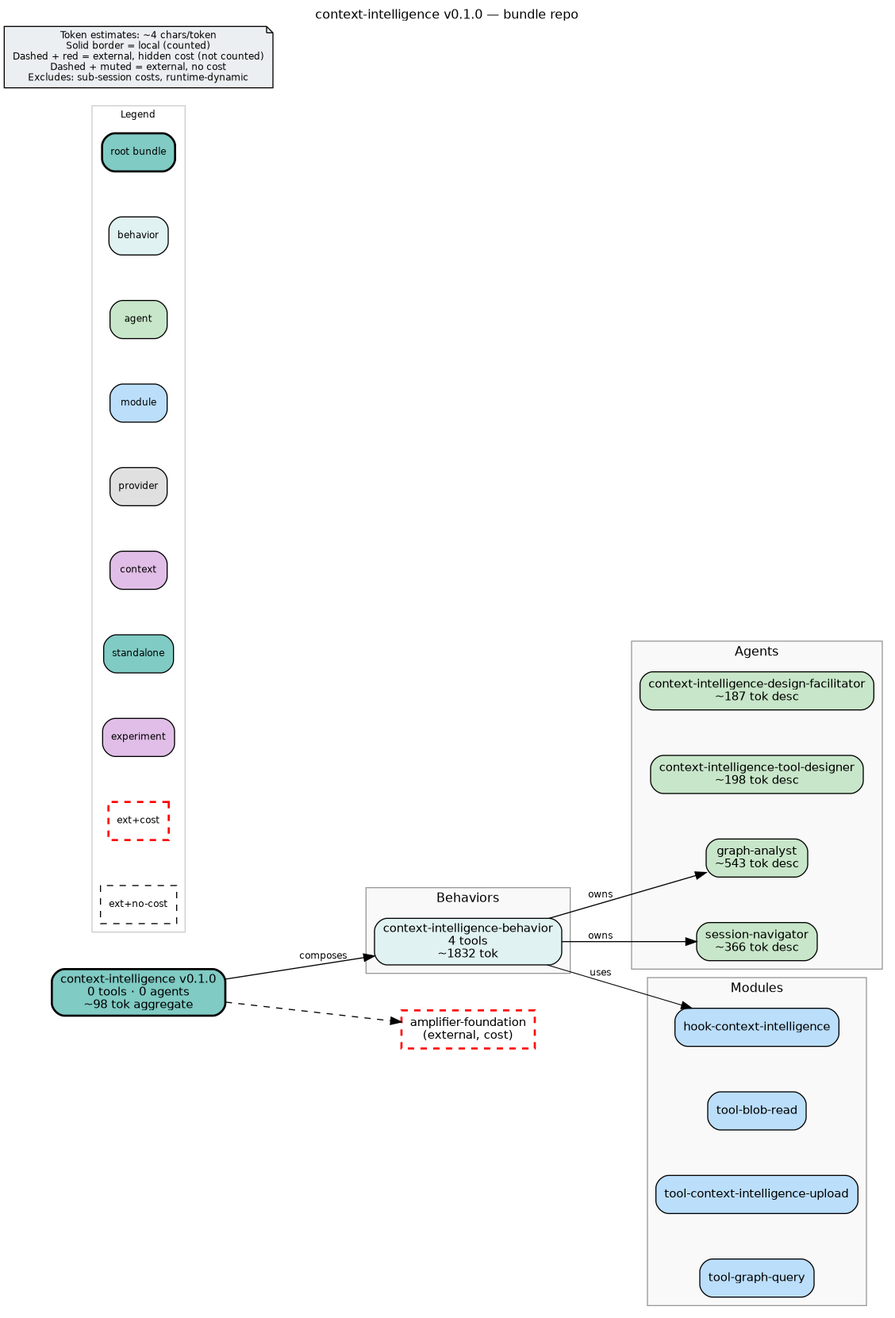
This is bundle.png from microsoft/amplifier-bundle-context-intelligence, a Graphviz export, as it was before one commit. Its source is kept beside it as bundle.dot. Source of this version:
```dot
digraph context_intelligence {
    rankdir=LR
    fontname="Helvetica"
    fontsize=12
    label="context-intelligence v0.1.0 — bundle repo"
    labelloc=t
    labeljust=c
    nodesep=0.6
    ranksep=0.7
    bgcolor="white"
    source_hash="dba7ae999a5fd095337bcd9ede4c54b866044c0b31d63d20c4b0ef4483abaf6c"

    node [fontname="Helvetica", fontsize=11, style="filled,rounded"]
    edge [fontname="Helvetica", fontsize=9]

    root_context_intelligence [label="context-intelligence v0.1.0\n0 tools · 0 agents\n~98 tok aggregate", shape=box, fillcolor="#80cbc4", style="filled,rounded,bold", penwidth=2]

    subgraph cluster_behaviors {
        label="Behaviors"
        style="filled"
        fillcolor="#f9f9f9"
        color="#999999"

        beh_context_intelligence_behavior [label="context-intelligence-behavior\n4 tools\n~1832 tok", shape=box, fillcolor="#e0f2f1", style="filled,rounded"]
    }

    subgraph cluster_agents {
        label="Agents"
        style="filled"
        fillcolor="#f9f9f9"
        color="#999999"

        agt_context_intelligence_design_facilitator [label="context-intelligence-design-facilitator\n~187 tok desc", shape=box, fillcolor="#c8e6c9", style="filled,rounded"]
        agt_context_intelligence_tool_designer [label="context-intelligence-tool-designer\n~198 tok desc", shape=box, fillcolor="#c8e6c9", style="filled,rounded"]
        agt_graph_analyst [label="graph-analyst\n~543 tok desc", shape=box, fillcolor="#c8e6c9", style="filled,rounded"]
        agt_session_navigator [label="session-navigator\n~366 tok desc", shape=box, fillcolor="#c8e6c9", style="filled,rounded"]
    }

    subgraph cluster_modules {
        label="Modules"
        style="filled"
        fillcolor="#f9f9f9"
        color="#999999"

        mod_hook_context_intelligence [label="hook-context-intelligence", shape=box, fillcolor="#bbdefb", style="filled,rounded"]
        mod_tool_blob_read [label="tool-blob-read", shape=box, fillcolor="#bbdefb", style="filled,rounded"]
        mod_tool_context_intelligence_upload [label="tool-context-intelligence-upload", shape=box, fillcolor="#bbdefb", style="filled,rounded"]
        mod_tool_graph_query [label="tool-graph-query", shape=box, fillcolor="#bbdefb", style="filled,rounded"]
    }

    subgraph cluster_legend {
        label="Legend"
        style="filled"
        fillcolor="white"
        color="#cccccc"
        fontsize=9

        leg_root [label="root bundle", shape=box, fillcolor="#80cbc4", style="filled,rounded,bold", fontsize=9]
        leg_behavior [label="behavior", shape=box, fillcolor="#e0f2f1", style="filled,rounded", fontsize=9]
        leg_agent [label="agent", shape=box, fillcolor="#c8e6c9", style="filled,rounded", fontsize=9]
        leg_module [label="module", shape=box, fillcolor="#bbdefb", style="filled,rounded", fontsize=9]
        leg_provider [label="provider", shape=box, fillcolor="#e0e0e0", style="filled,rounded", fontsize=9]
        leg_context [label="context", shape=box, fillcolor="#e1bee7", style="filled,rounded", fontsize=9]
        leg_standalone [label="standalone", shape=box, fillcolor="#80cbc4", style="filled,rounded", fontsize=9]
        leg_experiment [label="experiment", shape=box, fillcolor="#e1bee7", style="filled,rounded", fontsize=9]
        leg_ext_cost [label="ext+cost", shape=box, fillcolor="#80cbc4", style="dashed", color="red", penwidth=2, fontsize=9]
        leg_ext_muted [label="ext+no-cost", shape=box, fillcolor="#f5f5f5", style="dashed", fontsize=9]
    }

    disclaimer [label="Token estimates: ~4 chars/token\nSolid border = local (counted)\nDashed + red = external, hidden cost (not counted)\nDashed + muted = external, no cost\nExcludes: sub-session costs, runtime-dynamic", shape=note, fillcolor="#eceff1", style="filled", fontsize=9]

    ext_githttps___github_com_microsoft_amplifier_foundation_main [label="amplifier-foundation\n(external, cost)", shape=box, fillcolor="#80cbc4", style="dashed", color="red", penwidth=2]

    root_context_intelligence -> ext_githttps___github_com_microsoft_amplifier_foundation_main [style=dashed]
    root_context_intelligence -> beh_context_intelligence_behavior [label="composes"]
    beh_context_intelligence_behavior -> agt_graph_analyst [label="owns"]
    beh_context_intelligence_behavior -> agt_session_navigator [label="owns"]
    beh_context_intelligence_behavior -> mod_hook_context_intelligence [label="uses", penwidth=0.8]
}
```
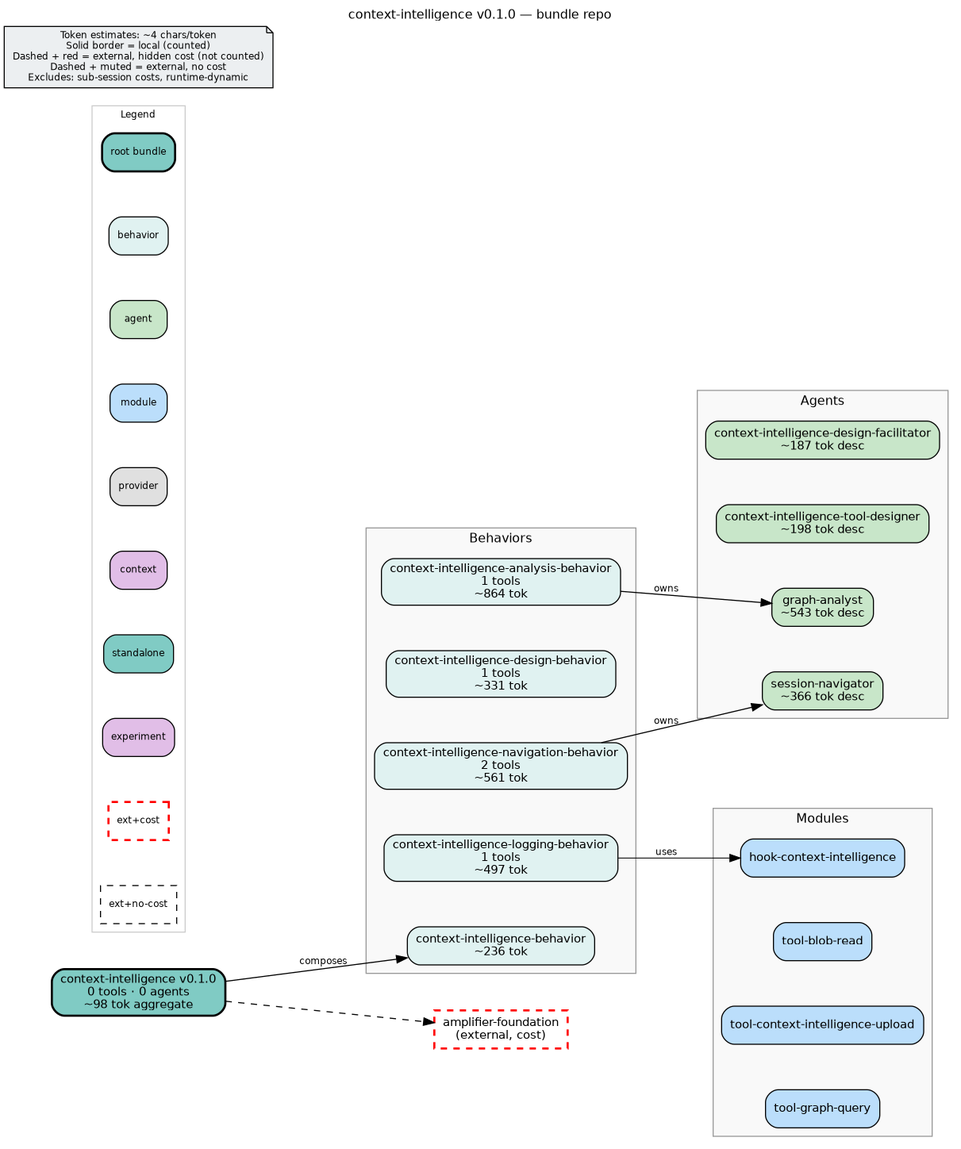
After the commit.

The edit, as a diff of the source:
```diff
@@ -8,7 +8,7 @@
     nodesep=0.6
     ranksep=0.7
     bgcolor="white"
-    source_hash="dba7ae999a5fd095337bcd9ede4c54b866044c0b31d63d20c4b0ef4483abaf6c"
+    source_hash="b8319fbcaf08bc56718b69d03a5cf0015567db9891a1b58f4be73f6412e8ebf8"
 
     node [fontname="Helvetica", fontsize=11, style="filled,rounded"]
     edge [fontname="Helvetica", fontsize=9]
@@ -21,7 +21,11 @@
         fillcolor="#f9f9f9"
         color="#999999"
 
-        beh_context_intelligence_behavior [label="context-intelligence-behavior\n4 tools\n~1832 tok", shape=box, fillcolor="#e0f2f1", style="filled,rounded"]
+        beh_context_intelligence_analysis_behavior [label="context-intelligence-analysis-behavior\n1 tools\n~864 tok", shape=box, fillcolor="#e0f2f1", style="filled,rounded"]
+        beh_context_intelligence_design_behavior [label="context-intelligence-design-behavior\n1 tools\n~331 tok", shape=box, fillcolor="#e0f2f1", style="filled,rounded"]
+        beh_context_intelligence_logging_behavior [label="context-intelligence-logging-behavior\n1 tools\n~497 tok", shape=box, fillcolor="#e0f2f1", style="filled,rounded"]
+        beh_context_intelligence_navigation_behavior [label="context-intelligence-navigation-behavior\n2 tools\n~561 tok", shape=box, fillcolor="#e0f2f1", style="filled,rounded"]
+        beh_context_intelligence_behavior [label="context-intelligence-behavior\n~236 tok", shape=box, fillcolor="#e0f2f1", style="filled,rounded"]
     }
 
     subgraph cluster_agents {
@@ -73,7 +77,7 @@
 
     root_context_intelligence -> ext_githttps___github_com_microsoft_amplifier_foundation_main [style=dashed]
     root_context_intelligence -> beh_context_intelligence_behavior [label="composes"]
-    beh_context_intelligence_behavior -> agt_graph_analyst [label="owns"]
-    beh_context_intelligence_behavior -> agt_session_navigator [label="owns"]
-    beh_context_intelligence_behavior -> mod_hook_context_intelligence [label="uses", penwidth=0.8]
+    beh_context_intelligence_analysis_behavior -> agt_graph_analyst [label="owns"]
+    beh_context_intelligence_logging_behavior -> mod_hook_context_intelligence [label="uses", penwidth=0.8]
+    beh_context_intelligence_navigation_behavior -> agt_session_navigator [label="owns"]
 }
```
